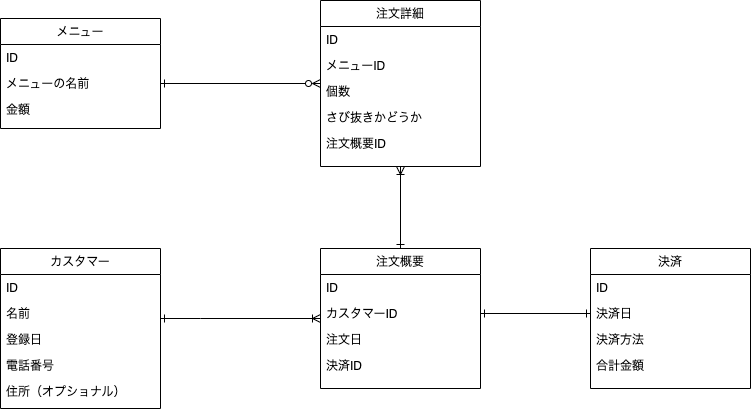
This is db/db-modeling-1/DB1 Diagram.drawio.png from yuikoito/PrAhaChallenge, a draw.io export, as it was before one commit. Source tidied: cells renumbered, new cells last; positions are measured from the earlier drawing's top-left corner, leaving out a move shared by most shapes.
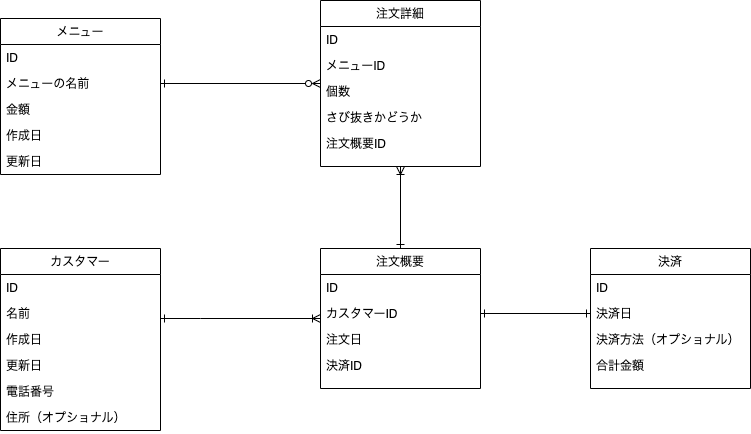
The same diagram one commit later.

Change to the diagram source:
```diff
@@ -3,7 +3,7 @@
     <mxCell id="0" />
     <mxCell id="1" parent="0" />
     <mxCell id="2" value="メニュー" style="swimlane;fontStyle=0;align=center;verticalAlign=top;horizontal=1;startSize=26;rounded=0;shadow=0;strokeWidth=1;" parent="1" vertex="1">
-      <mxGeometry y="18" width="160" height="110" as="geometry" />
+      <mxGeometry y="18" width="160" height="156" as="geometry" />
     </mxCell>
     <mxCell id="3" value="ID" style="text;align=left;verticalAlign=top;spacingLeft=4;spacingRight=4;overflow=hidden;" parent="2" vertex="1">
       <mxGeometry y="26" width="160" height="26" as="geometry" />
@@ -14,6 +14,12 @@
     <mxCell id="5" value="金額" style="text;align=left;verticalAlign=top;spacingLeft=4;spacingRight=4;overflow=hidden;rounded=0;shadow=0;html=0;" parent="2" vertex="1">
       <mxGeometry y="78" width="160" height="26" as="geometry" />
     </mxCell>
+    <mxCell id="32" value="作成日" style="text;align=left;verticalAlign=top;spacingLeft=4;spacingRight=4;overflow=hidden;rounded=0;shadow=0;html=0;" parent="2" vertex="1">
+      <mxGeometry y="104" width="160" height="26" as="geometry" />
+    </mxCell>
+    <mxCell id="33" value="更新日" style="text;align=left;verticalAlign=top;spacingLeft=4;spacingRight=4;overflow=hidden;rounded=0;shadow=0;html=0;" parent="2" vertex="1">
+      <mxGeometry y="130" width="160" height="26" as="geometry" />
+    </mxCell>
     <mxCell id="6" style="edgeStyle=orthogonalEdgeStyle;rounded=0;jettySize=auto;html=1;startArrow=ERone;startFill=0;endArrow=ERoneToMany;endFill=0;" parent="1" edge="1" source="7" target="26">
       <mxGeometry relative="1" as="geometry">
         <Array as="points">
@@ -23,7 +29,7 @@
       </mxGeometry>
     </mxCell>
     <mxCell id="7" value="カスタマー" style="swimlane;fontStyle=0;align=center;verticalAlign=top;horizontal=1;startSize=26;rounded=0;shadow=0;strokeWidth=1;" parent="1" vertex="1">
-      <mxGeometry y="248" width="160" height="160" as="geometry" />
+      <mxGeometry y="248" width="160" height="182" as="geometry" />
     </mxCell>
     <mxCell id="8" value="ID" style="text;align=left;verticalAlign=top;spacingLeft=4;spacingRight=4;overflow=hidden;" parent="7" vertex="1">
       <mxGeometry y="26" width="160" height="26" as="geometry" />
@@ -31,14 +37,17 @@
     <mxCell id="9" value="名前" style="text;align=left;verticalAlign=top;spacingLeft=4;spacingRight=4;overflow=hidden;rounded=0;shadow=0;html=0;" parent="7" vertex="1">
       <mxGeometry y="52" width="160" height="26" as="geometry" />
     </mxCell>
-    <mxCell id="10" value="登録日&#10;" style="text;align=left;verticalAlign=top;spacingLeft=4;spacingRight=4;overflow=hidden;" parent="7" vertex="1">
+    <mxCell id="10" value="作成日&#10;" style="text;align=left;verticalAlign=top;spacingLeft=4;spacingRight=4;overflow=hidden;" parent="7" vertex="1">
       <mxGeometry y="78" width="160" height="26" as="geometry" />
     </mxCell>
+    <mxCell id="34" value="更新日&#10;" style="text;align=left;verticalAlign=top;spacingLeft=4;spacingRight=4;overflow=hidden;" parent="7" vertex="1">
+      <mxGeometry y="104" width="160" height="26" as="geometry" />
+    </mxCell>
     <mxCell id="11" value="電話番号" style="text;align=left;verticalAlign=top;spacingLeft=4;spacingRight=4;overflow=hidden;" parent="7" vertex="1">
-      <mxGeometry y="104" width="160" height="26" as="geometry" />
+      <mxGeometry y="130" width="160" height="26" as="geometry" />
     </mxCell>
     <mxCell id="12" value="住所（オプショナル）" style="text;align=left;verticalAlign=top;spacingLeft=4;spacingRight=4;overflow=hidden;" parent="7" vertex="1">
-      <mxGeometry y="130" width="160" height="26" as="geometry" />
+      <mxGeometry y="156" width="160" height="26" as="geometry" />
     </mxCell>
     <mxCell id="13" style="edgeStyle=orthogonalEdgeStyle;rounded=0;jettySize=auto;html=1;entryX=1;entryY=0.5;entryDx=0;entryDy=0;endArrow=ERone;endFill=0;startArrow=ERzeroToMany;startFill=0;" parent="1" edge="1" source="15" target="4">
       <mxGeometry relative="1" as="geometry" />
@@ -73,7 +82,7 @@
     <mxCell id="23" value="決済日" style="text;align=left;verticalAlign=top;spacingLeft=4;spacingRight=4;overflow=hidden;points=[[0,0.5],[1,0.5]];portConstraint=eastwest;rounded=0;shadow=0;html=0;" parent="21" vertex="1">
       <mxGeometry y="52" width="160" height="26" as="geometry" />
     </mxCell>
-    <mxCell id="24" value="決済方法" style="text;align=left;verticalAlign=top;spacingLeft=4;spacingRight=4;overflow=hidden;rounded=0;shadow=0;html=0;" parent="21" vertex="1">
+    <mxCell id="24" value="決済方法（オプショナル）" style="text;align=left;verticalAlign=top;spacingLeft=4;spacingRight=4;overflow=hidden;rounded=0;shadow=0;html=0;" parent="21" vertex="1">
       <mxGeometry y="78" width="160" height="26" as="geometry" />
     </mxCell>
     <mxCell id="25" value="合計金額" style="text;align=left;verticalAlign=top;spacingLeft=4;spacingRight=4;overflow=hidden;rounded=0;shadow=0;html=0;" parent="21" vertex="1">
```
